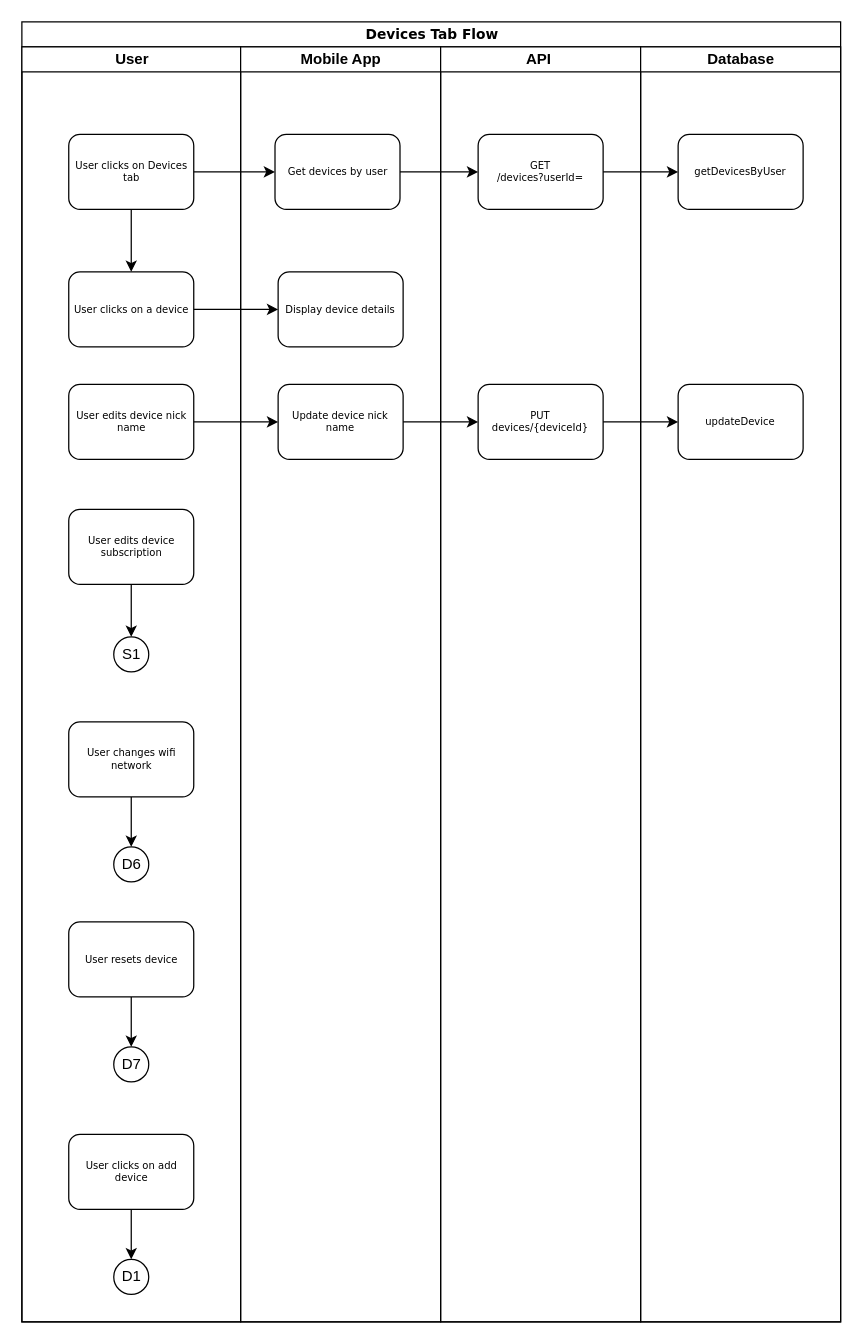
Before: page "Devices Tab Flow" (7 of 9) of src/docs/Smart Masjid Process Flows.drawio in eSpark-Backup/smart-masjid-app, a draw.io diagram. Source tidied: cells renumbered, new cells numbered last; positions are measured from the earlier drawing's top-left corner, leaving out a move shared by most shapes. Both pictures are drawn from the tidied source at 125%, with x=0, y=0 at pixel (21, 21).
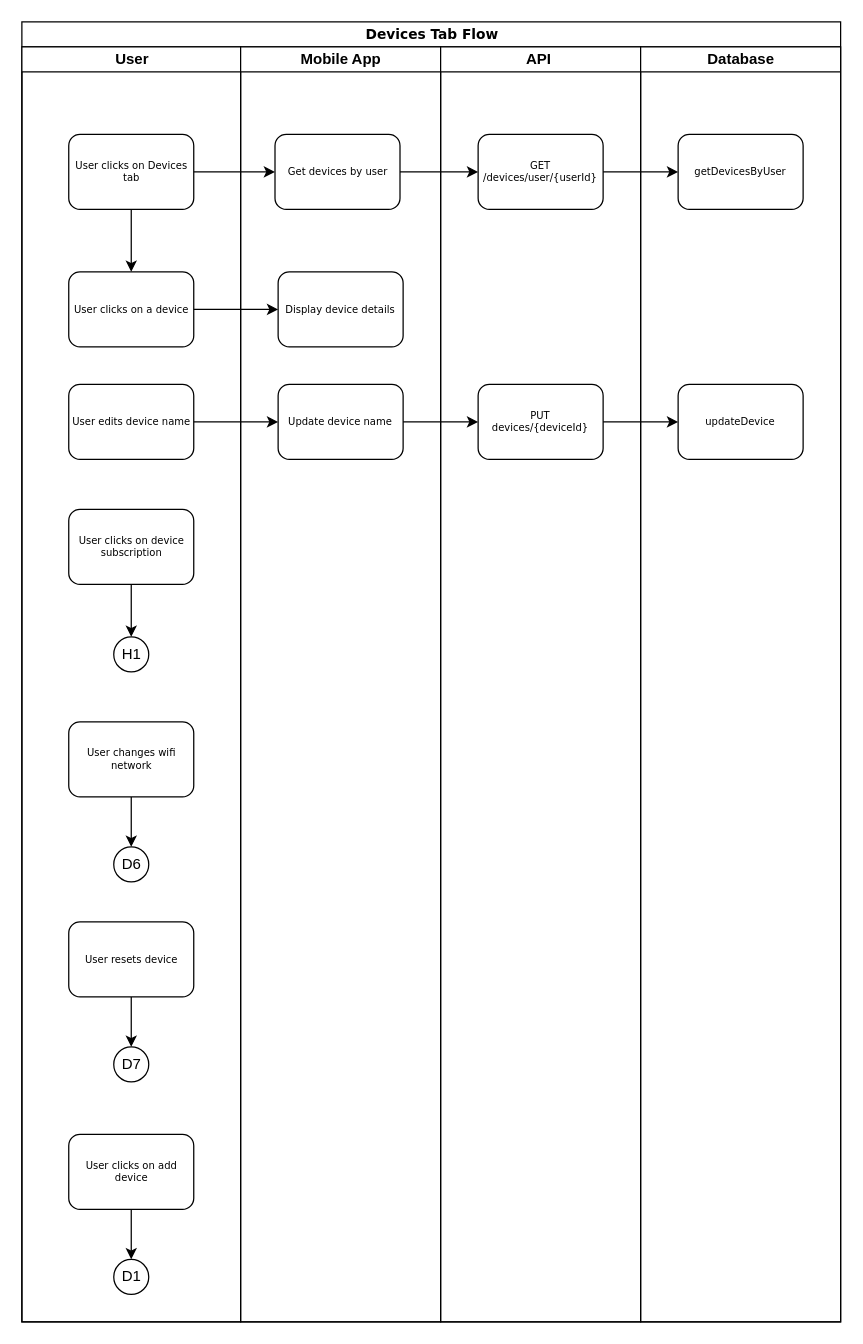
The same page after the edit.

Unchanged cells that the change refers to:
```xml
<mxCell id="3" value="User" style="swimlane;html=1;startSize=20;" parent="2" vertex="1">
  <mxGeometry y="20" width="175" height="1020" as="geometry" />
</mxCell>
<mxCell id="20" value="Mobile App" style="swimlane;html=1;startSize=20;" parent="2" vertex="1">
  <mxGeometry x="175" y="20" width="160" height="1020" as="geometry" />
</mxCell>
<mxCell id="24" value="API&amp;nbsp;" style="swimlane;html=1;startSize=20;" parent="2" vertex="1">
  <mxGeometry x="335" y="20" width="160" height="1020" as="geometry" />
</mxCell>
```

Change to the diagram source:
```diff
@@
-    <mxCell id="9" value="User edits device nick name" style="rounded=1;whiteSpace=wrap;html=1;shadow=0;labelBackgroundColor=none;strokeWidth=1;fontFamily=Verdana;fontSize=8;align=center;" parent="3" vertex="1">
+    <mxCell id="9" value="User edits device name" style="rounded=1;whiteSpace=wrap;html=1;shadow=0;labelBackgroundColor=none;strokeWidth=1;fontFamily=Verdana;fontSize=8;align=center;" parent="3" vertex="1">
       <mxGeometry x="37.5" y="270" width="100" height="60" as="geometry" />
     </mxCell>
@@
-    <mxCell id="11" value="User edits device subscription" style="rounded=1;whiteSpace=wrap;html=1;shadow=0;labelBackgroundColor=none;strokeWidth=1;fontFamily=Verdana;fontSize=8;align=center;" parent="3" vertex="1">
+    <mxCell id="11" value="User clicks on device subscription" style="rounded=1;whiteSpace=wrap;html=1;shadow=0;labelBackgroundColor=none;strokeWidth=1;fontFamily=Verdana;fontSize=8;align=center;" parent="3" vertex="1">
       <mxGeometry x="37.5" y="370" width="100" height="60" as="geometry" />
     </mxCell>
-    <mxCell id="12" value="S1" style="ellipse;whiteSpace=wrap;html=1;" parent="3" vertex="1">
+    <mxCell id="12" value="H1" style="ellipse;whiteSpace=wrap;html=1;" parent="3" vertex="1">
       <mxGeometry x="73.5" y="472" width="28" height="28" as="geometry" />
     </mxCell>
@@
-    <mxCell id="23" value="Update device nick name" style="rounded=1;whiteSpace=wrap;html=1;shadow=0;labelBackgroundColor=none;strokeWidth=1;fontFamily=Verdana;fontSize=8;align=center;" parent="20" vertex="1">
+    <mxCell id="23" value="Update device name" style="rounded=1;whiteSpace=wrap;html=1;shadow=0;labelBackgroundColor=none;strokeWidth=1;fontFamily=Verdana;fontSize=8;align=center;" parent="20" vertex="1">
       <mxGeometry x="30" y="270" width="100" height="60" as="geometry" />
     </mxCell>
@@
-    <mxCell id="25" value="GET&lt;br&gt;/devices?userId=" style="rounded=1;whiteSpace=wrap;html=1;shadow=0;labelBackgroundColor=none;strokeWidth=1;fontFamily=Verdana;fontSize=8;align=center;" parent="24" vertex="1">
+    <mxCell id="25" value="GET&lt;br&gt;/devices/user/{userId}" style="rounded=1;whiteSpace=wrap;html=1;shadow=0;labelBackgroundColor=none;strokeWidth=1;fontFamily=Verdana;fontSize=8;align=center;" parent="24" vertex="1">
       <mxGeometry x="30" y="70" width="100" height="60" as="geometry" />
     </mxCell>
```
